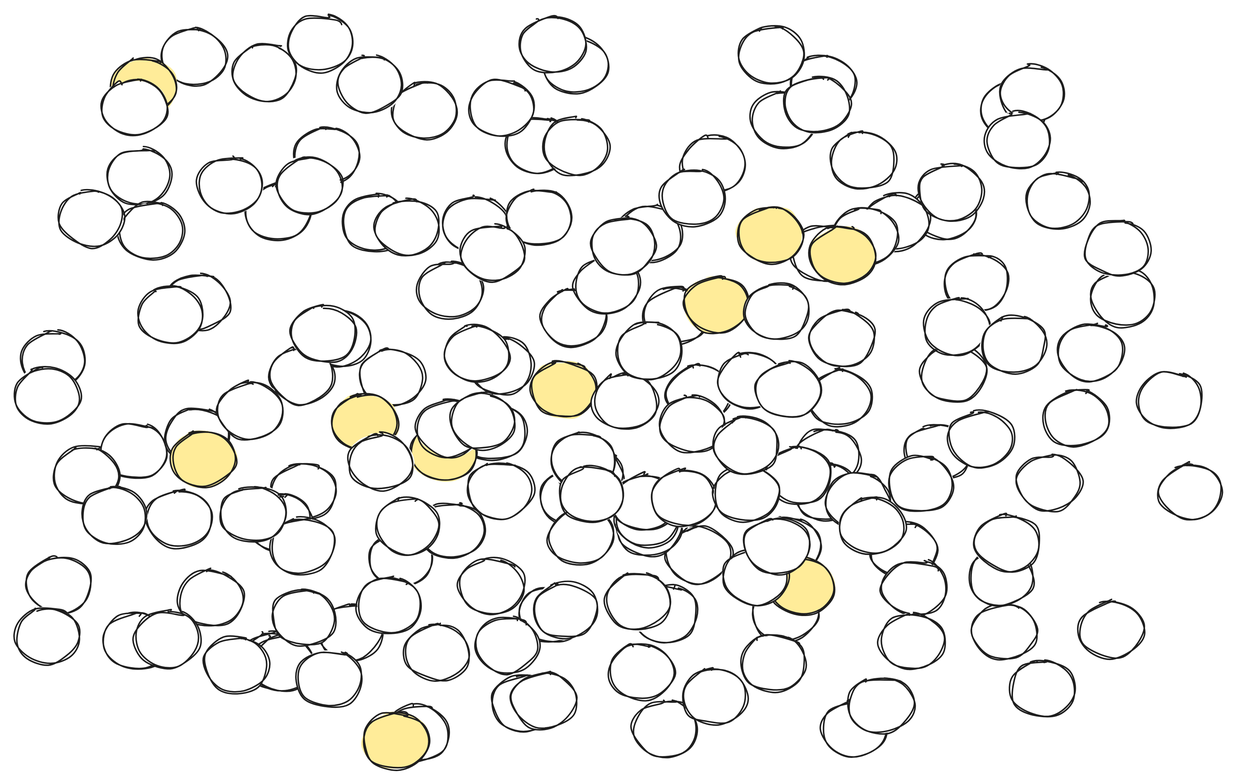
Before: src/assets/img/coins.svg, a diagram exported from Excalidraw (neeco1991/brainfucker). Source tidied: one line per element, renumbered; positions are measured from the earlier drawing's top-left corner, leaving out a move shared by most shapes.
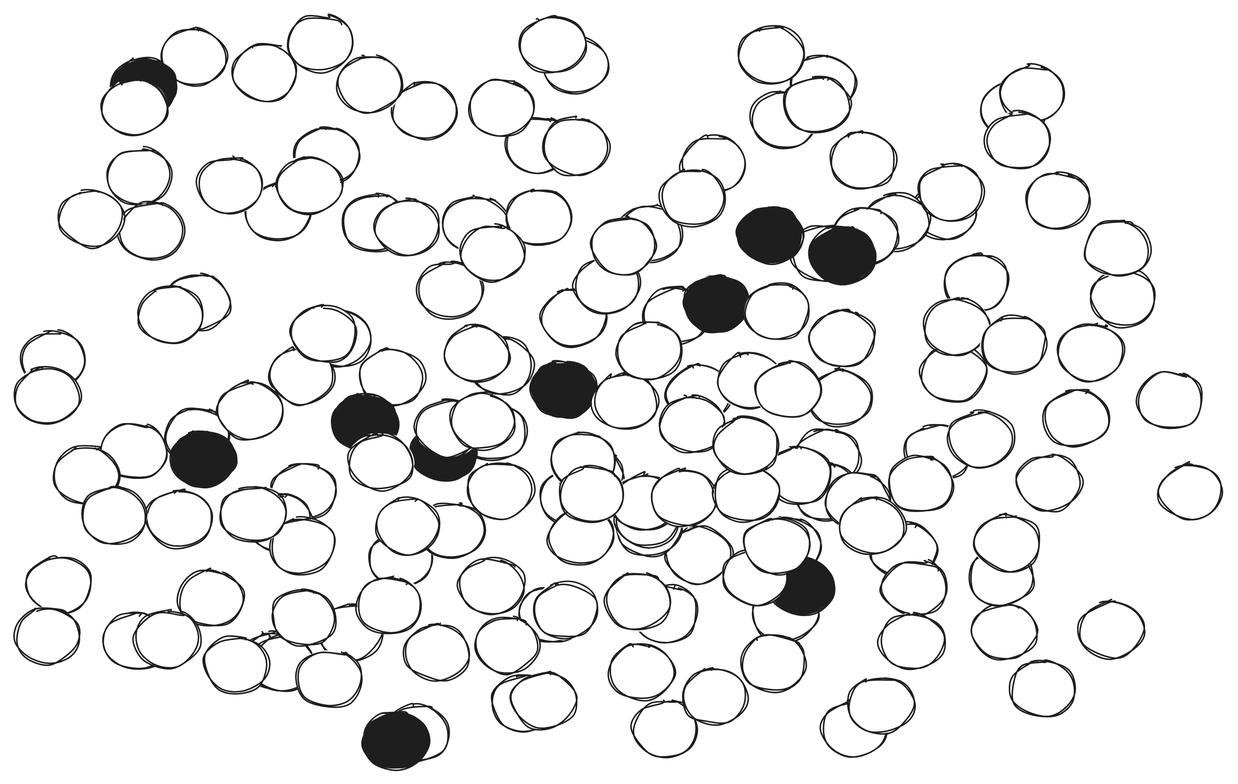
The same file after the commit.

The edit, as a diff of the source:
```diff
@@ -4,9 +4,9 @@
 {"id": 3, "type": "ellipse", "strokeColor": "#1e1e1e", "backgroundColor": "#ffffff", "fillStyle": "solid", "strokeWidth": 1, "roughness": 1, "round": true, "x": 195, "y": 197, "width": 43, "height": 37}
 {"id": 4, "type": "ellipse", "strokeColor": "#1e1e1e", "backgroundColor": "#ffffff", "fillStyle": "solid", "strokeWidth": 1, "roughness": 1, "round": true, "x": 170, "y": 222, "width": 43, "height": 37}
 {"id": 5, "type": "ellipse", "strokeColor": "#1e1e1e", "backgroundColor": "#ffffff", "fillStyle": "solid", "strokeWidth": 1, "roughness": 1, "round": true, "x": 298, "y": 259, "width": 43, "height": 37}
-{"id": 6, "type": "ellipse", "strokeColor": "#1e1e1e", "backgroundColor": "#ffec99", "fillStyle": "solid", "strokeWidth": 1, "roughness": 1, "round": true, "x": 344, "y": 231, "width": 43, "height": 37}
+{"id": 6, "type": "ellipse", "strokeColor": "#1e1e1e", "backgroundColor": "#1e1e1e", "fillStyle": "solid", "strokeWidth": 1, "roughness": 1, "round": true, "x": 344, "y": 231, "width": 43, "height": 37}
 {"id": 7, "type": "ellipse", "strokeColor": "#1e1e1e", "backgroundColor": "#ffffff", "fillStyle": "solid", "strokeWidth": 1, "roughness": 1, "round": true, "x": 230, "y": 223, "width": 43, "height": 37}
-{"id": 8, "type": "ellipse", "strokeColor": "#1e1e1e", "backgroundColor": "#ffec99", "fillStyle": "solid", "strokeWidth": 1, "roughness": 1, "round": true, "x": 212, "y": 253, "width": 43, "height": 37}
+{"id": 8, "type": "ellipse", "strokeColor": "#1e1e1e", "backgroundColor": "#1e1e1e", "fillStyle": "solid", "strokeWidth": 1, "roughness": 1, "round": true, "x": 212, "y": 253, "width": 43, "height": 37}
 {"id": 9, "type": "ellipse", "strokeColor": "#1e1e1e", "backgroundColor": "#ffffff", "fillStyle": "solid", "strokeWidth": 1, "roughness": 1, "round": true, "x": 171, "y": 299, "width": 43, "height": 37}
 {"id": 10, "type": "ellipse", "strokeColor": "#1e1e1e", "backgroundColor": "#ffffff", "fillStyle": "solid", "strokeWidth": 1, "roughness": 1, "round": true, "x": 236, "y": 344, "width": 43, "height": 37}
 {"id": 11, "type": "ellipse", "strokeColor": "#1e1e1e", "backgroundColor": "#ffffff", "fillStyle": "solid", "strokeWidth": 1, "roughness": 1, "round": true, "x": 350, "y": 303, "width": 43, "height": 37}
@@ -31,7 +31,7 @@
 {"id": 30, "type": "ellipse", "strokeColor": "#1e1e1e", "backgroundColor": "#ffffff", "fillStyle": "solid", "strokeWidth": 1, "roughness": 1, "round": true, "x": 401, "y": 323, "width": 43, "height": 37}
 {"id": 31, "type": "ellipse", "strokeColor": "#1e1e1e", "backgroundColor": "#ffffff", "fillStyle": "solid", "strokeWidth": 1, "roughness": 1, "round": true, "x": 362, "y": 287, "width": 43, "height": 37}
 {"id": 32, "type": "ellipse", "strokeColor": "#1e1e1e", "backgroundColor": "#ffffff", "fillStyle": "solid", "strokeWidth": 1, "roughness": 1, "round": true, "x": 385, "y": 239, "width": 43, "height": 37}
-{"id": 33, "type": "ellipse", "strokeColor": "#1e1e1e", "backgroundColor": "#ffec99", "fillStyle": "solid", "strokeWidth": 1, "roughness": 1, "round": true, "x": 446, "y": 174, "width": 43, "height": 37}
+{"id": 33, "type": "ellipse", "strokeColor": "#1e1e1e", "backgroundColor": "#1e1e1e", "fillStyle": "solid", "strokeWidth": 1, "roughness": 1, "round": true, "x": 446, "y": 174, "width": 43, "height": 37}
 {"id": 34, "type": "ellipse", "strokeColor": "#1e1e1e", "backgroundColor": "#ffffff", "fillStyle": "solid", "strokeWidth": 1, "roughness": 1, "round": true, "x": 518, "y": 140, "width": 43, "height": 37}
 {"id": 35, "type": "ellipse", "strokeColor": "#1e1e1e", "backgroundColor": "#ffffff", "fillStyle": "solid", "strokeWidth": 1, "roughness": 1, "round": true, "x": 604, "y": 220, "width": 43, "height": 37}
 {"id": 36, "type": "ellipse", "strokeColor": "#1e1e1e", "backgroundColor": "#ffffff", "fillStyle": "solid", "strokeWidth": 1, "roughness": 1, "round": true, "x": 668, "y": 293, "width": 43, "height": 37}
@@ -53,7 +53,7 @@
 {"id": 52, "type": "ellipse", "strokeColor": "#1e1e1e", "backgroundColor": "#ffffff", "fillStyle": "solid", "strokeWidth": 1, "roughness": 1, "round": true, "x": 566, "y": 119, "width": 43, "height": 37}
 {"id": 53, "type": "ellipse", "strokeColor": "#1e1e1e", "backgroundColor": "#ffffff", "fillStyle": "solid", "strokeWidth": 1, "roughness": 1, "round": true, "x": 619, "y": 159, "width": 43, "height": 37}
 {"id": 54, "type": "ellipse", "strokeColor": "#1e1e1e", "backgroundColor": "#ffffff", "fillStyle": "solid", "strokeWidth": 1, "roughness": 1, "round": true, "x": 606, "y": 189, "width": 43, "height": 37}
-{"id": 55, "type": "ellipse", "strokeColor": "#1e1e1e", "backgroundColor": "#ffec99", "fillStyle": "solid", "strokeWidth": 1, "roughness": 1, "round": true, "x": 482, "y": 128, "width": 43, "height": 37}
+{"id": 55, "type": "ellipse", "strokeColor": "#1e1e1e", "backgroundColor": "#1e1e1e", "fillStyle": "solid", "strokeWidth": 1, "roughness": 1, "round": true, "x": 482, "y": 128, "width": 43, "height": 37}
 {"id": 56, "type": "ellipse", "strokeColor": "#1e1e1e", "backgroundColor": "#ffffff", "fillStyle": "solid", "strokeWidth": 1, "roughness": 1, "round": true, "x": 401, "y": 127, "width": 43, "height": 37}
 {"id": 57, "type": "ellipse", "strokeColor": "#1e1e1e", "backgroundColor": "#ffffff", "fillStyle": "solid", "strokeWidth": 1, "roughness": 1, "round": true, "x": 328, "y": 116, "width": 43, "height": 37}
 {"id": 58, "type": "ellipse", "strokeColor": "#1e1e1e", "backgroundColor": "#ffffff", "fillStyle": "solid", "strokeWidth": 1, "roughness": 1, "round": true, "x": 302, "y": 43, "width": 43, "height": 37}
@@ -83,10 +83,10 @@
 {"id": 82, "type": "ellipse", "strokeColor": "#1e1e1e", "backgroundColor": "#ffffff", "fillStyle": "solid", "strokeWidth": 1, "roughness": 1, "round": true, "x": 398, "y": 306, "width": 43, "height": 37}
 {"id": 83, "type": "ellipse", "strokeColor": "#1e1e1e", "backgroundColor": "#ffffff", "fillStyle": "solid", "strokeWidth": 1, "roughness": 1, "round": true, "x": 540, "y": 305, "width": 43, "height": 37}
 {"id": 84, "type": "ellipse", "strokeColor": "#1e1e1e", "backgroundColor": "#ffffff", "fillStyle": "solid", "strokeWidth": 1, "roughness": 1, "round": true, "x": 357, "y": 279, "width": 43, "height": 37}
-{"id": 85, "type": "ellipse", "strokeColor": "#1e1e1e", "backgroundColor": "#ffec99", "fillStyle": "solid", "strokeWidth": 1, "roughness": 1, "round": true, "x": 264, "y": 273, "width": 43, "height": 37}
+{"id": 85, "type": "ellipse", "strokeColor": "#1e1e1e", "backgroundColor": "#1e1e1e", "fillStyle": "solid", "strokeWidth": 1, "roughness": 1, "round": true, "x": 264, "y": 273, "width": 43, "height": 37}
 {"id": 86, "type": "ellipse", "strokeColor": "#1e1e1e", "backgroundColor": "#ffffff", "fillStyle": "solid", "strokeWidth": 1, "roughness": 1, "round": true, "x": 269, "y": 325, "width": 43, "height": 37}
 {"id": 87, "type": "ellipse", "strokeColor": "#1e1e1e", "backgroundColor": "#ffffff", "fillStyle": "solid", "strokeWidth": 1, "roughness": 1, "round": true, "x": 356, "y": 329, "width": 43, "height": 37}
-{"id": 88, "type": "ellipse", "strokeColor": "#1e1e1e", "backgroundColor": "#ffffff", "fillStyle": "solid", "strokeWidth": 1, "roughness": 1, "round": true, "x": 268, "y": 257, "width": 43, "height": 37}
+{"id": 88, "type": "ellipse", "strokeColor": "#1e1e1e", "backgroundColor": "#ffffff", "fillStyle": "solid", "strokeWidth": 1, "roughness": 1, "round": true, "x": 267, "y": 257, "width": 43, "height": 37}
 {"id": 89, "type": "ellipse", "strokeColor": "#1e1e1e", "backgroundColor": "#ffffff", "fillStyle": "solid", "strokeWidth": 1, "roughness": 1, "round": true, "x": 286, "y": 207, "width": 43, "height": 37}
 {"id": 90, "type": "ellipse", "strokeColor": "#1e1e1e", "backgroundColor": "#ffffff", "fillStyle": "solid", "strokeWidth": 1, "roughness": 1, "round": true, "x": 240, "y": 123, "width": 43, "height": 37}
 {"id": 91, "type": "ellipse", "strokeColor": "#1e1e1e", "backgroundColor": "#ffffff", "fillStyle": "solid", "strokeWidth": 1, "roughness": 1, "round": true, "x": 430, "y": 103, "width": 43, "height": 37}
@@ -95,9 +95,9 @@
 {"id": 94, "type": "ellipse", "strokeColor": "#1e1e1e", "backgroundColor": "#ffffff", "fillStyle": "solid", "strokeWidth": 1, "roughness": 1, "round": true, "x": 363, "y": 301, "width": 43, "height": 37}
 {"id": 95, "type": "ellipse", "strokeColor": "#1e1e1e", "backgroundColor": "#ffffff", "fillStyle": "solid", "strokeWidth": 1, "roughness": 1, "round": true, "x": 302, "y": 298, "width": 43, "height": 37}
 {"id": 96, "type": "ellipse", "strokeColor": "#1e1e1e", "backgroundColor": "#ffffff", "fillStyle": "solid", "strokeWidth": 1, "roughness": 1, "round": true, "x": 155, "y": 320, "width": 43, "height": 37}
-{"id": 97, "type": "ellipse", "strokeColor": "#1e1e1e", "backgroundColor": "#ffec99", "fillStyle": "solid", "strokeWidth": 1, "roughness": 1, "round": true, "x": 104, "y": 277, "width": 43, "height": 37}
+{"id": 97, "type": "ellipse", "strokeColor": "#1e1e1e", "backgroundColor": "#1e1e1e", "fillStyle": "solid", "strokeWidth": 1, "roughness": 1, "round": true, "x": 104, "y": 277, "width": 43, "height": 37}
 {"id": 98, "type": "ellipse", "strokeColor": "#1e1e1e", "backgroundColor": "#ffffff", "fillStyle": "solid", "strokeWidth": 1, "roughness": 1, "round": true, "x": 228, "y": 375, "width": 43, "height": 37}
-{"id": 99, "type": "ellipse", "strokeColor": "#1e1e1e", "backgroundColor": "#ffec99", "fillStyle": "solid", "strokeWidth": 1, "roughness": 1, "round": true, "x": 503, "y": 362, "width": 43, "height": 37}
+{"id": 99, "type": "ellipse", "strokeColor": "#1e1e1e", "backgroundColor": "#1e1e1e", "fillStyle": "solid", "strokeWidth": 1, "roughness": 1, "round": true, "x": 503, "y": 362, "width": 43, "height": 37}
 {"id": 100, "type": "ellipse", "strokeColor": "#1e1e1e", "backgroundColor": "#ffffff", "fillStyle": "solid", "strokeWidth": 1, "roughness": 1, "round": true, "x": 550, "y": 322, "width": 43, "height": 37}
 {"id": 101, "type": "ellipse", "strokeColor": "#1e1e1e", "backgroundColor": "#ffffff", "fillStyle": "solid", "strokeWidth": 1, "roughness": 1, "round": true, "x": 424, "y": 303, "width": 43, "height": 37}
 {"id": 102, "type": "ellipse", "strokeColor": "#1e1e1e", "backgroundColor": "#ffffff", "fillStyle": "solid", "strokeWidth": 1, "roughness": 1, "round": true, "x": 472, "y": 356, "width": 43, "height": 37}
@@ -118,7 +118,7 @@
 {"id": 117, "type": "ellipse", "strokeColor": "#1e1e1e", "backgroundColor": "#ffffff", "fillStyle": "solid", "strokeWidth": 1, "roughness": 1, "round": true, "x": 215, "y": 27, "width": 43, "height": 37}
 {"id": 118, "type": "ellipse", "strokeColor": "#1e1e1e", "backgroundColor": "#ffffff", "fillStyle": "solid", "strokeWidth": 1, "roughness": 1, "round": true, "x": 145, "y": 20, "width": 43, "height": 37}
 {"id": 119, "type": "ellipse", "strokeColor": "#1e1e1e", "backgroundColor": "#ffffff", "fillStyle": "solid", "strokeWidth": 1, "roughness": 1, "round": true, "x": 98, "y": 9, "width": 43, "height": 37}
-{"id": 120, "type": "ellipse", "strokeColor": "#1e1e1e", "backgroundColor": "#ffec99", "fillStyle": "solid", "strokeWidth": 1, "roughness": 1, "round": true, "x": 64, "y": 29, "width": 43, "height": 37}
+{"id": 120, "type": "ellipse", "strokeColor": "#1e1e1e", "backgroundColor": "#1e1e1e", "fillStyle": "solid", "strokeWidth": 1, "roughness": 1, "round": true, "x": 64, "y": 29, "width": 43, "height": 37}
 {"id": 121, "type": "ellipse", "strokeColor": "#1e1e1e", "backgroundColor": "#ffffff", "fillStyle": "solid", "strokeWidth": 1, "roughness": 1, "round": true, "x": 122, "y": 95, "width": 43, "height": 37}
 {"id": 122, "type": "ellipse", "strokeColor": "#1e1e1e", "backgroundColor": "#ffffff", "fillStyle": "solid", "strokeWidth": 1, "roughness": 1, "round": true, "x": 69, "y": 125, "width": 43, "height": 37}
 {"id": 123, "type": "ellipse", "strokeColor": "#1e1e1e", "backgroundColor": "#ffffff", "fillStyle": "solid", "strokeWidth": 1, "roughness": 1, "round": true, "x": 29, "y": 117, "width": 43, "height": 37}
@@ -142,7 +142,7 @@
 {"id": 141, "type": "ellipse", "strokeColor": "#1e1e1e", "backgroundColor": "#ffffff", "fillStyle": "solid", "strokeWidth": 1, "roughness": 1, "round": true, "x": 445, "y": 435, "width": 43, "height": 37}
 {"id": 142, "type": "ellipse", "strokeColor": "#1e1e1e", "backgroundColor": "#ffffff", "fillStyle": "solid", "strokeWidth": 1, "roughness": 1, "round": true, "x": 306, "y": 401, "width": 43, "height": 37}
 {"id": 143, "type": "ellipse", "strokeColor": "#1e1e1e", "backgroundColor": "#ffffff", "fillStyle": "solid", "strokeWidth": 1, "roughness": 1, "round": true, "x": 157, "y": 413, "width": 43, "height": 37}
-{"id": 144, "type": "ellipse", "strokeColor": "#1e1e1e", "backgroundColor": "#ffec99", "fillStyle": "solid", "strokeWidth": 1, "roughness": 1, "round": true, "x": 232, "y": 465, "width": 43, "height": 37}
+{"id": 144, "type": "ellipse", "strokeColor": "#1e1e1e", "backgroundColor": "#1e1e1e", "fillStyle": "solid", "strokeWidth": 1, "roughness": 1, "round": true, "x": 232, "y": 465, "width": 43, "height": 37}
 {"id": 145, "type": "ellipse", "strokeColor": "#1e1e1e", "backgroundColor": "#ffffff", "fillStyle": "solid", "strokeWidth": 1, "roughness": 1, "round": true, "x": 80, "y": 397, "width": 43, "height": 37}
 {"id": 146, "type": "ellipse", "strokeColor": "#1e1e1e", "backgroundColor": "#ffffff", "fillStyle": "solid", "strokeWidth": 1, "roughness": 1, "round": true, "x": 0, "y": 395, "width": 43, "height": 37}
 {"id": 147, "type": "ellipse", "strokeColor": "#1e1e1e", "backgroundColor": "#ffffff", "fillStyle": "solid", "strokeWidth": 1, "roughness": 1, "round": true, "x": 126, "y": 414, "width": 43, "height": 37}
@@ -155,7 +155,7 @@
 {"id": 154, "type": "ellipse", "strokeColor": "#1e1e1e", "backgroundColor": "#ffffff", "fillStyle": "solid", "strokeWidth": 1, "roughness": 1, "round": true, "x": 466, "y": 268, "width": 43, "height": 37}
 {"id": 155, "type": "ellipse", "strokeColor": "#1e1e1e", "backgroundColor": "#ffffff", "fillStyle": "solid", "strokeWidth": 1, "roughness": 1, "round": true, "x": 345, "y": 378, "width": 43, "height": 37}
 {"id": 156, "type": "ellipse", "strokeColor": "#1e1e1e", "backgroundColor": "#ffffff", "fillStyle": "solid", "strokeWidth": 1, "roughness": 1, "round": true, "x": 297, "y": 140, "width": 43, "height": 37}
-{"id": 157, "type": "ellipse", "strokeColor": "#1e1e1e", "backgroundColor": "#ffec99", "fillStyle": "solid", "strokeWidth": 1, "roughness": 1, "round": true, "x": 530, "y": 141, "width": 43, "height": 37}
+{"id": 157, "type": "ellipse", "strokeColor": "#1e1e1e", "backgroundColor": "#1e1e1e", "fillStyle": "solid", "strokeWidth": 1, "roughness": 1, "round": true, "x": 530, "y": 141, "width": 43, "height": 37}
 {"id": 158, "type": "ellipse", "strokeColor": "#1e1e1e", "backgroundColor": "#ffffff", "fillStyle": "solid", "strokeWidth": 1, "roughness": 1, "round": true, "x": 401, "y": 205, "width": 43, "height": 37}
 {"id": 159, "type": "ellipse", "strokeColor": "#1e1e1e", "backgroundColor": "#ffffff", "fillStyle": "solid", "strokeWidth": 1, "roughness": 1, "round": true, "x": 290, "y": 252, "width": 43, "height": 37}
 {"id": 160, "type": "ellipse", "strokeColor": "#1e1e1e", "backgroundColor": "#ffffff", "fillStyle": "solid", "strokeWidth": 1, "roughness": 1, "round": true, "x": 171, "y": 383, "width": 43, "height": 37}
```
